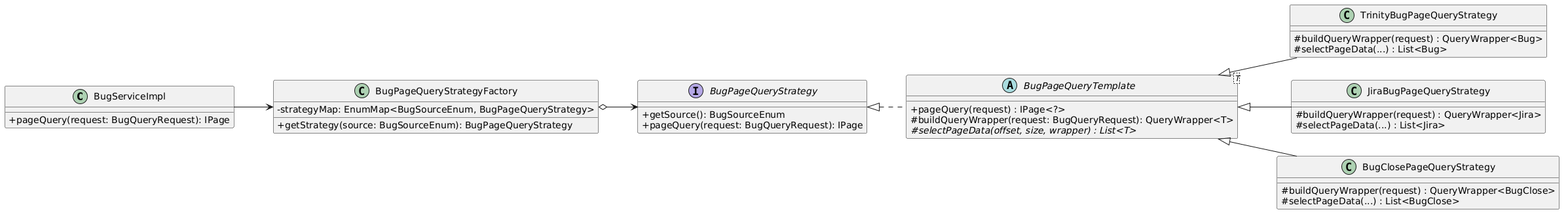
This is imgs/cLass/缺陷查询设计模式类图.png from Moon-Knight1/SEU-Graduation-Thesis-Template, a PlantUML export, as it was before one commit.
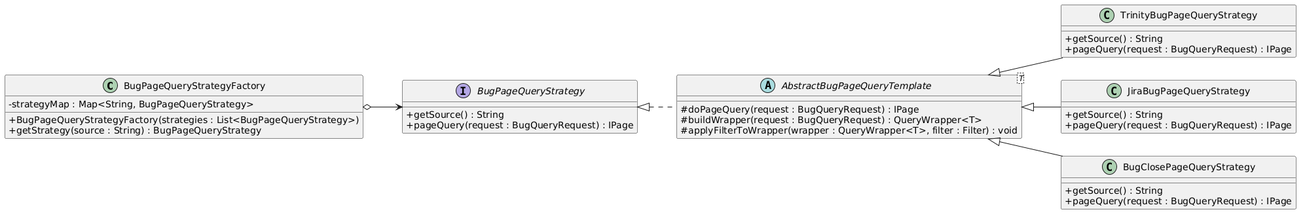
The same file after the commit.

The edit, as a diff of the source:
```diff
@@ -1,44 +1,44 @@
 @startuml
+skinparam classAttributeIconSize 0
+skinparam packageStyle rectangle
 left to right direction
-skinparam classAttributeIconSize 0
-class BugServiceImpl {
-  +pageQuery(request: BugQueryRequest): IPage
-}
 
-class BugPageQueryStrategyFactory {
-  -strategyMap: EnumMap<BugSourceEnum, BugPageQueryStrategy>
-  +getStrategy(source: BugSourceEnum): BugPageQueryStrategy
-}
+    class BugPageQueryStrategyFactory {
+        - strategyMap : Map<String, BugPageQueryStrategy>
+        + BugPageQueryStrategyFactory(strategies : List<BugPageQueryStrategy>)
+        + getStrategy(source : String) : BugPageQueryStrategy
+    }
 
-interface BugPageQueryStrategy {
-  +getSource(): BugSourceEnum
-  +pageQuery(request: BugQueryRequest): IPage
-}
+    interface BugPageQueryStrategy {
+        + getSource() : String
+        + pageQuery(request : BugQueryRequest) : IPage
+    }
 
-abstract class BugPageQueryTemplate<T> {
-  +pageQuery(request) : IPage<?>
-  #buildQueryWrapper(request: BugQueryRequest): QueryWrapper<T>
-  #{abstract} selectPageData(offset, size, wrapper) : List<T>
-}
+    abstract class AbstractBugPageQueryTemplate<T> {
+        # doPageQuery(request : BugQueryRequest) : IPage
+        # buildWrapper(request : BugQueryRequest) : QueryWrapper<T>
+        # applyFilterToWrapper(wrapper : QueryWrapper<T>, filter : Filter) : void
+    }
 
-class TrinityBugPageQueryStrategy{
-    #buildQueryWrapper(request) : QueryWrapper<Bug>
-    #selectPageData(...) : List<Bug>
-}
-class JiraBugPageQueryStrategy{
-    #buildQueryWrapper(request) : QueryWrapper<Jira>
-    #selectPageData(...) : List<Jira>
-}
-class BugClosePageQueryStrategy{
-    #buildQueryWrapper(request) : QueryWrapper<BugClose>
-    #selectPageData(...) : List<BugClose>
-}
+    class TrinityBugPageQueryStrategy {
+        + getSource() : String
+        + pageQuery(request : BugQueryRequest) : IPage
+    }
 
-BugServiceImpl --> BugPageQueryStrategyFactory
+    class JiraBugPageQueryStrategy {
+        + getSource() : String
+        + pageQuery(request : BugQueryRequest) : IPage
+    }
+
+    class BugClosePageQueryStrategy {
+        + getSource() : String
+        + pageQuery(request : BugQueryRequest) : IPage
+    }
+
 BugPageQueryStrategyFactory o--> BugPageQueryStrategy
 
-BugPageQueryStrategy <|.. BugPageQueryTemplate
-BugPageQueryTemplate <|-- TrinityBugPageQueryStrategy
-BugPageQueryTemplate <|-- JiraBugPageQueryStrategy
-BugPageQueryTemplate <|-- BugClosePageQueryStrategy
+BugPageQueryStrategy <|.. AbstractBugPageQueryTemplate
+AbstractBugPageQueryTemplate<|-- TrinityBugPageQueryStrategy
+AbstractBugPageQueryTemplate<|-- JiraBugPageQueryStrategy
+AbstractBugPageQueryTemplate<|-- BugClosePageQueryStrategy
 @enduml
```
